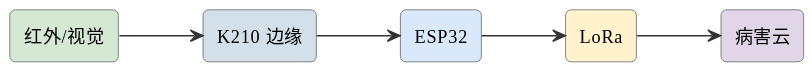
Before: assets/diagrams/ideas-fig22.svg, a diagram exported from PlantUML (mingyi0818/IntelligentMcuCourse). Its diagram source:
```plantuml
@startuml
skinparam defaultFontName "Microsoft YaHei"
skinparam rectangleRoundCorner 8
skinparam rectangleBorderColor #555
skinparam rectangleFontSize 13
skinparam arrowFontSize 11
skinparam arrowColor #333
left to right direction
rectangle "红外/视觉" as ir #d5e8d4
rectangle "K210 边缘" as k210 #d3e0ea
rectangle "ESP32" as esp #dae8fc
rectangle "LoRa" as lora #fff2cc
rectangle "病害云" as cloud #e1d5e8
ir --> k210
k210 --> esp
esp --> lora
lora --> cloud
@enduml
```
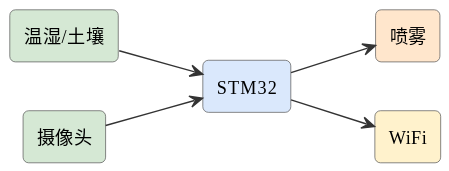
The same diagram one commit later.

The edit, as a diff of the source:
```diff
@@ -6,13 +6,13 @@
 skinparam arrowFontSize 11
 skinparam arrowColor #333
 left to right direction
-rectangle "红外/视觉" as ir #d5e8d4
-rectangle "K210 边缘" as k210 #d3e0ea
-rectangle "ESP32" as esp #dae8fc
-rectangle "LoRa" as lora #fff2cc
-rectangle "病害云" as cloud #e1d5e8
-ir --> k210
-k210 --> esp
-esp --> lora
-lora --> cloud
+rectangle "温湿/土壤" as s #d5e8d4
+rectangle "STM32" as stm #dae8fc
+rectangle "喷雾" as pump #ffe6cc
+rectangle "摄像头" as cam #d5e8d4
+rectangle "WiFi" as wifi #fff2cc
+s --> stm
+stm --> pump
+cam --> stm
+stm --> wifi
 @enduml
```
